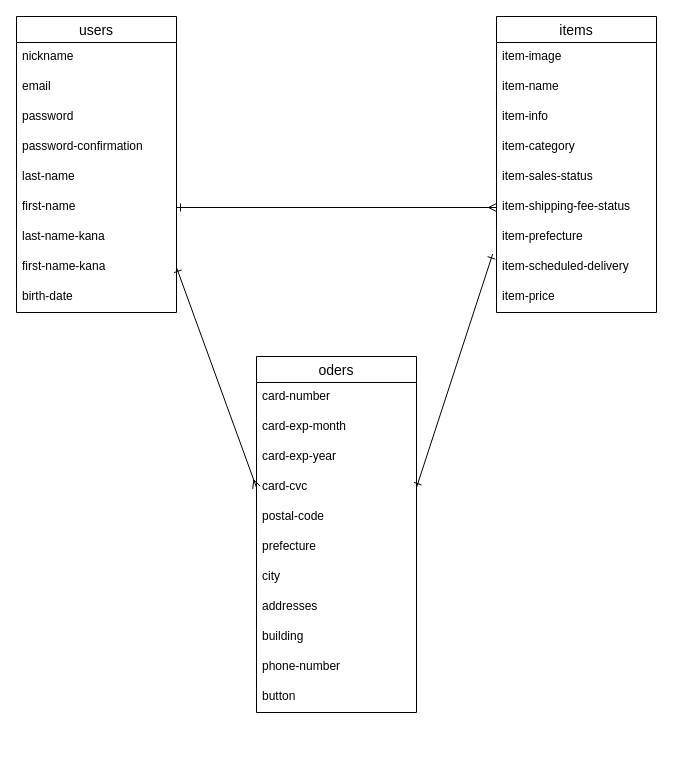
Earlier version of the draw.io diagram test.dio (Yosh1tomo/furima-36861). Source tidied: cells renumbered, new cells numbered last; positions are measured from the earlier drawing's top-left corner, leaving out a move shared by most shapes. Both pictures are drawn from the tidied source at 100%, with x=0, y=0 at pixel (16, 16).
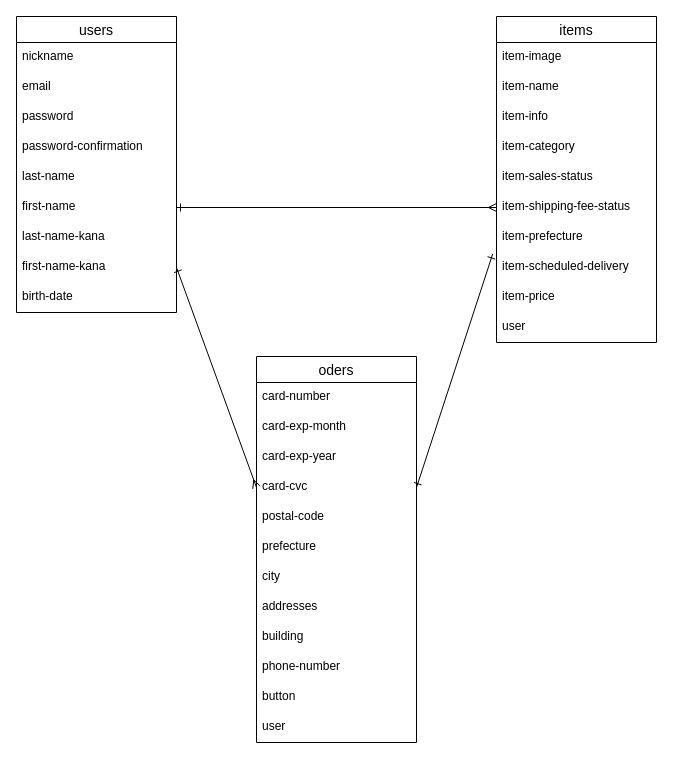
The same page after the edit.

What changed in the source:
```diff
@@
     <mxCell id="2" value="items" style="swimlane;fontStyle=0;horizontal=1;startSize=26;align=center;fontSize=14;" parent="1" vertex="1">
-      <mxGeometry x="480" width="160" height="296" as="geometry" />
+      <mxGeometry x="480" width="160" height="326" as="geometry" />
     </mxCell>
@@
+    <mxCell id="37" value="user" style="text;strokeColor=none;fillColor=none;spacingLeft=4;spacingRight=4;overflow=hidden;fontSize=12;" parent="2" vertex="1">
+      <mxGeometry y="296" width="160" height="30" as="geometry" />
+    </mxCell>
@@
     <mxCell id="22" value="oders" style="swimlane;fontStyle=0;horizontal=1;startSize=26;align=center;fontSize=14;" parent="1" vertex="1">
-      <mxGeometry x="240" y="340" width="160" height="356" as="geometry" />
+      <mxGeometry x="240" y="340" width="160" height="386" as="geometry" />
     </mxCell>
@@
+    <mxCell id="38" value="user" style="text;strokeColor=none;fillColor=none;spacingLeft=4;spacingRight=4;overflow=hidden;fontSize=12;" parent="22" vertex="1">
+      <mxGeometry y="356" width="160" height="30" as="geometry" />
+    </mxCell>
```
